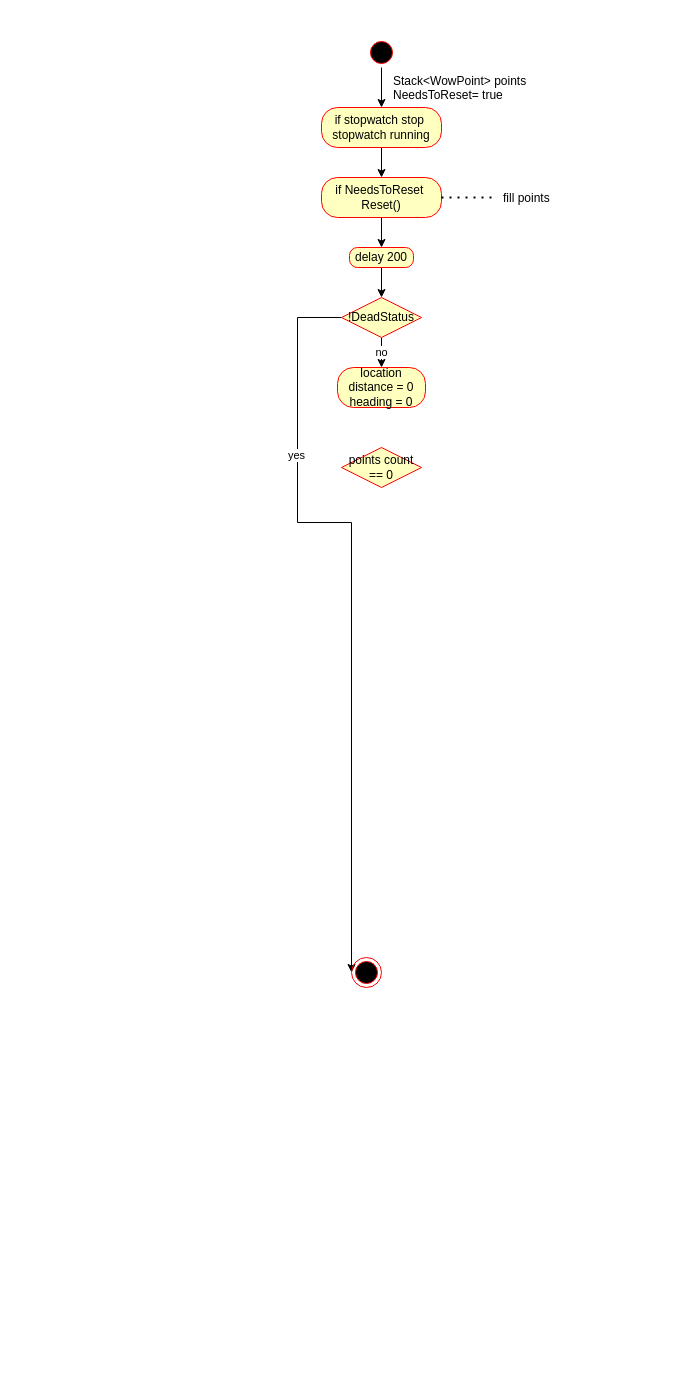
This is WalkToCorpseAction.drawio from YannieCheung/botgrams, a draw.io file, before an edit. Source tidied: cells renumbered, new cells numbered last; positions are measured from the earlier drawing's top-left corner, leaving out a move shared by most shapes. Both pictures are drawn from the tidied source at 100%, with x=0, y=0 at pixel (297, 37).
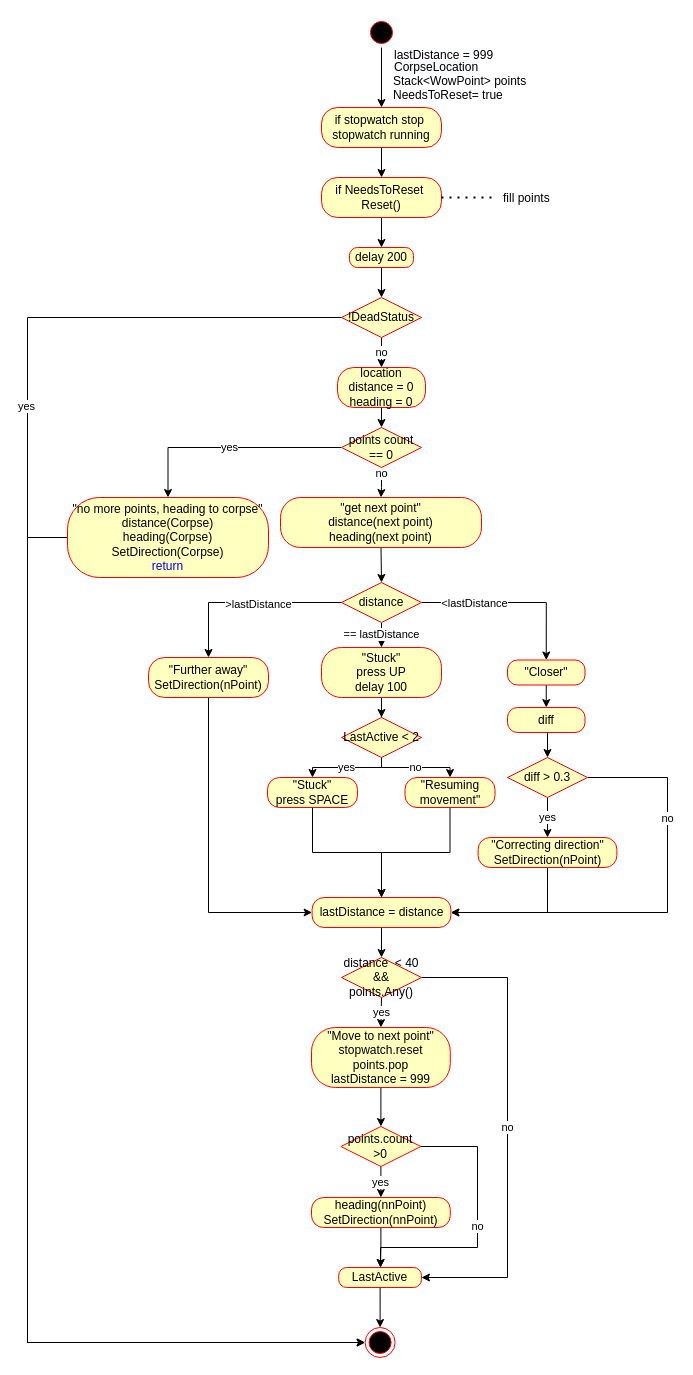
The same page after the edit.

Unchanged cells that the change refers to:
```xml
<mxCell id="17" value="!DeadStatus" style="rhombus;whiteSpace=wrap;html=1;fillColor=#ffffc0;strokeColor=#ff0000;" parent="1" vertex="1">
  <mxGeometry x="44" y="260" width="80" height="40" as="geometry" />
</mxCell>
<mxCell id="19" value="location&lt;br&gt;distance = 0&lt;br&gt;heading = 0" style="rounded=1;whiteSpace=wrap;html=1;arcSize=40;fontColor=#000000;fillColor=#ffffc0;strokeColor=#ff0000;" parent="1" vertex="1">
  <mxGeometry x="40" y="330" width="88" height="40" as="geometry" />
</mxCell>
```

The edit, as a diff of the source:
```diff
@@
     <mxCell id="3" style="ellipse;html=1;shape=startState;fillColor=#000000;strokeColor=#ff0000;" parent="1" vertex="1">
-      <mxGeometry x="69" width="30" height="30" as="geometry" />
+      <mxGeometry x="69" y="-20" width="30" height="30" as="geometry" />
     </mxCell>
@@
     <mxCell id="14" style="edgeStyle=orthogonalEdgeStyle;rounded=0;jettySize=auto;html=1;entryX=0;entryY=0.5;entryDx=0;entryDy=0;" parent="1" edge="1" source="17" target="18">
       <mxGeometry relative="1" as="geometry">
         <Array as="points">
-          <mxPoint y="280" />
-          <mxPoint y="485" />
+          <mxPoint x="-270" y="280" />
+          <mxPoint x="-270" y="1305" />
         </Array>
       </mxGeometry>
     </mxCell>
@@
     <mxCell id="18" style="ellipse;html=1;shape=endState;fillColor=#000000;strokeColor=#ff0000;" parent="1" vertex="1">
-      <mxGeometry x="54" y="920" width="30" height="30" as="geometry" />
+      <mxGeometry x="67.6" y="1290" width="30" height="30" as="geometry" />
     </mxCell>
+    <mxCell id="21" style="edgeStyle=orthogonalEdgeStyle;rounded=0;jettySize=auto;html=1;exitX=0.5;exitY=1;exitDx=0;exitDy=0;entryX=0.5;entryY=0;entryDx=0;entryDy=0;" parent="1" edge="1" source="19" target="20">
+      <mxGeometry relative="1" as="geometry" />
+    </mxCell>
@@
+    <mxCell id="22" value="yes" style="edgeStyle=orthogonalEdgeStyle;rounded=0;jettySize=auto;html=1;entryX=0.5;entryY=0;entryDx=0;entryDy=0;" parent="1" edge="1" source="20" target="27">
+      <mxGeometry relative="1" as="geometry" />
+    </mxCell>
+    <mxCell id="23" style="edgeStyle=orthogonalEdgeStyle;rounded=0;jettySize=auto;html=1;" parent="1" edge="1" source="20" target="29">
+      <mxGeometry relative="1" as="geometry" />
+    </mxCell>
+    <mxCell id="24" value="no" style="edgeLabel;html=1;align=center;verticalAlign=middle;" parent="23" vertex="1">
+      <mxGeometry x="-0.64" y="-1" relative="1" as="geometry" />
+    </mxCell>
     <mxCell id="20" value="points count&lt;br&gt;== 0" style="rhombus;whiteSpace=wrap;html=1;fillColor=#ffffc0;strokeColor=#ff0000;" parent="1" vertex="1">
-      <mxGeometry x="44" y="410" width="80" height="40" as="geometry" />
+      <mxGeometry x="44" y="390" width="80" height="40" as="geometry" />
     </mxCell>
+    <mxCell id="25" style="edgeStyle=orthogonalEdgeStyle;rounded=0;jettySize=auto;html=1;entryX=0.5;entryY=0;entryDx=0;entryDy=0;exitX=0.5;exitY=1;exitDx=0;exitDy=0;" parent="1" edge="1" source="29" target="36">
+      <mxGeometry relative="1" as="geometry" />
+    </mxCell>
+    <mxCell id="26" style="edgeStyle=orthogonalEdgeStyle;rounded=0;jettySize=auto;html=1;fontColor=#0000FF;" parent="1" edge="1" source="27" target="18">
+      <mxGeometry relative="1" as="geometry">
+        <Array as="points">
+          <mxPoint x="-270" y="500" />
+          <mxPoint x="-270" y="1305" />
+        </Array>
+      </mxGeometry>
+    </mxCell>
+    <mxCell id="27" value="&quot;no more points, heading to corpse&quot;&lt;br&gt;distance(Corpse)&lt;br&gt;heading(Corpse)&lt;br&gt;SetDirection(Corpse)&lt;br&gt;&lt;font color=&quot;#0000ff&quot;&gt;return&lt;/font&gt;" style="rounded=1;whiteSpace=wrap;html=1;arcSize=40;fontColor=#000000;fillColor=#ffffc0;strokeColor=#ff0000;" parent="1" vertex="1">
+      <mxGeometry x="-230" y="460" width="201" height="80" as="geometry" />
+    </mxCell>
+    <mxCell id="28" value="&lt;span style=&quot;color: rgb(0, 0, 0); font-family: Helvetica; font-size: 12px; font-style: normal; font-variant-ligatures: normal; font-variant-caps: normal; font-weight: 400; letter-spacing: normal; orphans: 2; text-align: center; text-indent: 0px; text-transform: none; widows: 2; word-spacing: 0px; -webkit-text-stroke-width: 0px; background-color: rgb(248, 249, 250); text-decoration-thickness: initial; text-decoration-style: initial; text-decoration-color: initial; float: none; display: inline !important;&quot;&gt;CorpseLocation&lt;/span&gt;" style="text;whiteSpace=wrap;html=1;" parent="1" vertex="1">
+      <mxGeometry x="95" y="16" width="120" height="40" as="geometry" />
+    </mxCell>
+    <mxCell id="29" value="&quot;get next point&quot;&lt;br&gt;distance(next point)&lt;br&gt;heading(next point)&lt;br&gt;" style="rounded=1;whiteSpace=wrap;html=1;arcSize=40;fontColor=#000000;fillColor=#ffffc0;strokeColor=#ff0000;" parent="1" vertex="1">
+      <mxGeometry x="-17" y="460" width="201" height="50" as="geometry" />
+    </mxCell>
+    <mxCell id="30" value="lastDistance = 999" style="text;whiteSpace=wrap;html=1;" parent="1" vertex="1">
+      <mxGeometry x="95" y="4" width="115" height="40" as="geometry" />
+    </mxCell>
+    <mxCell id="31" style="edgeStyle=orthogonalEdgeStyle;rounded=0;jettySize=auto;html=1;entryX=0.5;entryY=0;entryDx=0;entryDy=0;fontColor=#0000FF;" parent="1" edge="1" source="36" target="38">
+      <mxGeometry relative="1" as="geometry" />
+    </mxCell>
+    <mxCell id="32" value="&amp;gt;lastDistance" style="edgeLabel;html=1;align=center;verticalAlign=middle;fontColor=#000000;" parent="31" vertex="1">
+      <mxGeometry x="-0.11" y="1" relative="1" as="geometry" />
+    </mxCell>
+    <mxCell id="33" value="== lastDistance" style="edgeStyle=orthogonalEdgeStyle;rounded=0;jettySize=auto;html=1;entryX=0.5;entryY=0;entryDx=0;entryDy=0;fontColor=#000000;" parent="1" edge="1" source="36" target="40">
+      <mxGeometry relative="1" as="geometry" />
+    </mxCell>
+    <mxCell id="34" style="edgeStyle=orthogonalEdgeStyle;rounded=0;jettySize=auto;html=1;entryX=0.5;entryY=0;entryDx=0;entryDy=0;fontColor=#000000;" parent="1" edge="1" source="36" target="49">
+      <mxGeometry relative="1" as="geometry" />
+    </mxCell>
+    <mxCell id="35" value="&amp;lt;lastDistance" style="edgeLabel;html=1;align=center;verticalAlign=middle;fontColor=#000000;" parent="34" vertex="1">
+      <mxGeometry x="-0.43" relative="1" as="geometry" />
+    </mxCell>
+    <mxCell id="36" value="&lt;span style=&quot;text-align: left;&quot;&gt;distance&lt;/span&gt;" style="rhombus;whiteSpace=wrap;html=1;fillColor=#ffffc0;strokeColor=#ff0000;" parent="1" vertex="1">
+      <mxGeometry x="44" y="545" width="80" height="40" as="geometry" />
+    </mxCell>
+    <mxCell id="37" style="edgeStyle=orthogonalEdgeStyle;rounded=0;jettySize=auto;html=1;exitX=0.5;exitY=1;exitDx=0;exitDy=0;entryX=0;entryY=0.5;entryDx=0;entryDy=0;fontColor=#000000;" parent="1" edge="1" source="38" target="58">
+      <mxGeometry relative="1" as="geometry">
+        <Array as="points">
+          <mxPoint x="-89" y="875" />
+        </Array>
+      </mxGeometry>
+    </mxCell>
+    <mxCell id="38" value="&quot;Further away&quot;&lt;br&gt;SetDirection(nPoint)" style="rounded=1;whiteSpace=wrap;html=1;arcSize=40;fontColor=#000000;fillColor=#ffffc0;strokeColor=#ff0000;" parent="1" vertex="1">
+      <mxGeometry x="-149" y="620" width="120" height="40" as="geometry" />
+    </mxCell>
+    <mxCell id="39" style="edgeStyle=orthogonalEdgeStyle;rounded=0;jettySize=auto;html=1;entryX=0.5;entryY=0;entryDx=0;entryDy=0;fontColor=#000000;" parent="1" edge="1" source="40" target="43">
+      <mxGeometry relative="1" as="geometry" />
+    </mxCell>
+    <mxCell id="40" value="&quot;&lt;span style=&quot;text-align: left;&quot;&gt;Stuck&lt;/span&gt;&quot;&lt;br&gt;press UP&lt;br&gt;delay 100&lt;br&gt;" style="rounded=1;whiteSpace=wrap;html=1;arcSize=40;fontColor=#000000;fillColor=#ffffc0;strokeColor=#ff0000;" parent="1" vertex="1">
+      <mxGeometry x="24" y="610" width="120" height="50" as="geometry" />
+    </mxCell>
+    <mxCell id="41" value="yes" style="edgeStyle=orthogonalEdgeStyle;rounded=0;jettySize=auto;html=1;exitX=0.5;exitY=1;exitDx=0;exitDy=0;entryX=0.5;entryY=0;entryDx=0;entryDy=0;fontColor=#000000;" parent="1" edge="1" source="43" target="45">
+      <mxGeometry relative="1" as="geometry">
+        <Array as="points">
+          <mxPoint x="84" y="730" />
+          <mxPoint x="15" y="730" />
+        </Array>
+      </mxGeometry>
+    </mxCell>
+    <mxCell id="42" value="no" style="edgeStyle=orthogonalEdgeStyle;rounded=0;jettySize=auto;html=1;entryX=0.5;entryY=0;entryDx=0;entryDy=0;fontColor=#000000;" parent="1" edge="1" source="43" target="47">
+      <mxGeometry relative="1" as="geometry">
+        <Array as="points">
+          <mxPoint x="84" y="730" />
+          <mxPoint x="153" y="730" />
+        </Array>
+      </mxGeometry>
+    </mxCell>
+    <mxCell id="43" value="LastActive &amp;lt; 2" style="rhombus;whiteSpace=wrap;html=1;fillColor=#ffffc0;strokeColor=#ff0000;" parent="1" vertex="1">
+      <mxGeometry x="44" y="680" width="80" height="40" as="geometry" />
+    </mxCell>
+    <mxCell id="44" style="edgeStyle=orthogonalEdgeStyle;rounded=0;jettySize=auto;html=1;exitX=0.5;exitY=1;exitDx=0;exitDy=0;fontColor=#000000;entryX=0.5;entryY=0;entryDx=0;entryDy=0;" parent="1" edge="1" source="45" target="58">
+      <mxGeometry relative="1" as="geometry" />
+    </mxCell>
+    <mxCell id="45" value="&quot;&lt;span style=&quot;text-align: left;&quot;&gt;Stuck&lt;/span&gt;&quot;&lt;br&gt;press SPACE" style="rounded=1;whiteSpace=wrap;html=1;arcSize=40;fontColor=#000000;fillColor=#ffffc0;strokeColor=#ff0000;" parent="1" vertex="1">
+      <mxGeometry x="-30" y="740" width="90" height="30" as="geometry" />
+    </mxCell>
+    <mxCell id="46" style="edgeStyle=orthogonalEdgeStyle;rounded=0;jettySize=auto;html=1;exitX=0.5;exitY=1;exitDx=0;exitDy=0;entryX=0.5;entryY=0;entryDx=0;entryDy=0;fontColor=#000000;" parent="1" edge="1" source="47" target="58">
+      <mxGeometry relative="1" as="geometry" />
+    </mxCell>
+    <mxCell id="47" value="&lt;span style=&quot;text-align: left;&quot;&gt;&quot;Resuming movement&quot;&lt;/span&gt;" style="rounded=1;whiteSpace=wrap;html=1;arcSize=40;fontColor=#000000;fillColor=#ffffc0;strokeColor=#ff0000;" parent="1" vertex="1">
+      <mxGeometry x="107.5" y="740" width="90" height="30" as="geometry" />
+    </mxCell>
+    <mxCell id="48" style="edgeStyle=orthogonalEdgeStyle;rounded=0;jettySize=auto;html=1;exitX=0.5;exitY=1;exitDx=0;exitDy=0;entryX=0.5;entryY=0;entryDx=0;entryDy=0;fontColor=#000000;" parent="1" edge="1" source="49" target="51">
+      <mxGeometry relative="1" as="geometry" />
+    </mxCell>
+    <mxCell id="49" value="&quot;Closer&quot;" style="rounded=1;whiteSpace=wrap;html=1;arcSize=40;fontColor=#000000;fillColor=#ffffc0;strokeColor=#ff0000;" parent="1" vertex="1">
+      <mxGeometry x="210" y="622.5" width="77.5" height="25" as="geometry" />
+    </mxCell>
+    <mxCell id="50" style="edgeStyle=orthogonalEdgeStyle;rounded=0;jettySize=auto;html=1;exitX=0.5;exitY=1;exitDx=0;exitDy=0;entryX=0.5;entryY=0;entryDx=0;entryDy=0;fontColor=#000000;" parent="1" edge="1" source="51" target="54">
+      <mxGeometry relative="1" as="geometry" />
+    </mxCell>
+    <mxCell id="51" value="diff" style="rounded=1;whiteSpace=wrap;html=1;arcSize=40;fontColor=#000000;fillColor=#ffffc0;strokeColor=#ff0000;" parent="1" vertex="1">
+      <mxGeometry x="210" y="670" width="77.5" height="25" as="geometry" />
+    </mxCell>
+    <mxCell id="52" value="yes" style="edgeStyle=orthogonalEdgeStyle;rounded=0;jettySize=auto;html=1;entryX=0.5;entryY=0;entryDx=0;entryDy=0;fontColor=#000000;" parent="1" edge="1" source="54" target="56">
+      <mxGeometry relative="1" as="geometry" />
+    </mxCell>
+    <mxCell id="53" value="no" style="edgeStyle=orthogonalEdgeStyle;rounded=0;jettySize=auto;html=1;entryX=1;entryY=0.5;entryDx=0;entryDy=0;fontColor=#000000;" parent="1" edge="1" source="54" target="58">
+      <mxGeometry x="-0.44" relative="1" as="geometry">
+        <Array as="points">
+          <mxPoint x="370" y="740" />
+          <mxPoint x="370" y="875" />
+        </Array>
+      </mxGeometry>
+    </mxCell>
+    <mxCell id="54" value="diff &amp;gt; 0.3" style="rhombus;whiteSpace=wrap;html=1;fillColor=#ffffc0;strokeColor=#ff0000;" parent="1" vertex="1">
+      <mxGeometry x="210" y="720" width="80" height="40" as="geometry" />
+    </mxCell>
+    <mxCell id="55" style="edgeStyle=orthogonalEdgeStyle;rounded=0;jettySize=auto;html=1;exitX=0.5;exitY=1;exitDx=0;exitDy=0;fontColor=#000000;entryX=1;entryY=0.5;entryDx=0;entryDy=0;" parent="1" edge="1" source="56" target="58">
+      <mxGeometry relative="1" as="geometry">
+        <Array as="points">
+          <mxPoint x="250" y="875" />
+        </Array>
+      </mxGeometry>
+    </mxCell>
+    <mxCell id="56" value="&quot;Correcting direction&quot;&lt;br&gt;SetDirection(nPoint)" style="rounded=1;whiteSpace=wrap;html=1;arcSize=40;fontColor=#000000;fillColor=#ffffc0;strokeColor=#ff0000;" parent="1" vertex="1">
+      <mxGeometry x="180.6" y="800" width="138.8" height="30" as="geometry" />
+    </mxCell>
+    <mxCell id="57" style="edgeStyle=orthogonalEdgeStyle;rounded=0;jettySize=auto;html=1;exitX=0.5;exitY=1;exitDx=0;exitDy=0;entryX=0.5;entryY=0;entryDx=0;entryDy=0;fontColor=#000000;" parent="1" edge="1" source="58" target="63">
+      <mxGeometry relative="1" as="geometry" />
+    </mxCell>
+    <mxCell id="58" value="lastDistance = distance" style="rounded=1;whiteSpace=wrap;html=1;arcSize=40;fontColor=#000000;fillColor=#ffffc0;strokeColor=#ff0000;" parent="1" vertex="1">
+      <mxGeometry x="14.6" y="860" width="138.8" height="30" as="geometry" />
+    </mxCell>
+    <mxCell id="59" style="edgeStyle=orthogonalEdgeStyle;rounded=0;jettySize=auto;html=1;exitX=0.5;exitY=1;exitDx=0;exitDy=0;entryX=0.5;entryY=0;entryDx=0;entryDy=0;fontColor=#000000;" parent="1" edge="1" source="60" target="66">
+      <mxGeometry relative="1" as="geometry" />
+    </mxCell>
+    <mxCell id="60" value="&quot;Move to next point&quot;&lt;br&gt;stopwatch.reset&lt;br&gt;points.pop&lt;br&gt;lastDistance = 999" style="rounded=1;whiteSpace=wrap;html=1;arcSize=40;fontColor=#000000;fillColor=#ffffc0;strokeColor=#ff0000;" parent="1" vertex="1">
+      <mxGeometry x="14" y="990" width="138.8" height="60" as="geometry" />
+    </mxCell>
+    <mxCell id="61" value="yes" style="edgeStyle=orthogonalEdgeStyle;rounded=0;jettySize=auto;html=1;exitX=0.5;exitY=1;exitDx=0;exitDy=0;entryX=0.5;entryY=0;entryDx=0;entryDy=0;fontColor=#000000;" parent="1" edge="1" source="63" target="60">
+      <mxGeometry relative="1" as="geometry" />
+    </mxCell>
+    <mxCell id="62" value="no" style="edgeStyle=orthogonalEdgeStyle;rounded=0;jettySize=auto;html=1;exitX=1;exitY=0.5;exitDx=0;exitDy=0;entryX=1;entryY=0.5;entryDx=0;entryDy=0;fontColor=#000000;" parent="1" edge="1" source="63" target="70">
+      <mxGeometry relative="1" as="geometry">
+        <Array as="points">
+          <mxPoint x="210" y="940" />
+          <mxPoint x="210" y="1240" />
+        </Array>
+      </mxGeometry>
+    </mxCell>
+    <mxCell id="63" value="distance&amp;nbsp; &amp;lt; 40&lt;br&gt;&amp;amp;&amp;amp;&lt;br&gt;points.Any()" style="rhombus;whiteSpace=wrap;html=1;fillColor=#ffffc0;strokeColor=#ff0000;" parent="1" vertex="1">
+      <mxGeometry x="44" y="920" width="80" height="40" as="geometry" />
+    </mxCell>
+    <mxCell id="64" value="yes" style="edgeStyle=orthogonalEdgeStyle;rounded=0;jettySize=auto;html=1;exitX=0.5;exitY=1;exitDx=0;exitDy=0;entryX=0.5;entryY=0;entryDx=0;entryDy=0;fontColor=#000000;" parent="1" edge="1" source="66" target="68">
+      <mxGeometry relative="1" as="geometry" />
+    </mxCell>
+    <mxCell id="65" value="no" style="edgeStyle=orthogonalEdgeStyle;rounded=0;jettySize=auto;html=1;exitX=1;exitY=0.5;exitDx=0;exitDy=0;fontColor=#000000;" parent="1" edge="1" source="66" target="70">
+      <mxGeometry relative="1" as="geometry">
+        <Array as="points">
+          <mxPoint x="180" y="1109" />
+          <mxPoint x="180" y="1210" />
+          <mxPoint x="83" y="1210" />
+        </Array>
+      </mxGeometry>
+    </mxCell>
+    <mxCell id="66" value="points.count &amp;gt;0" style="rhombus;whiteSpace=wrap;html=1;fillColor=#ffffc0;strokeColor=#ff0000;" parent="1" vertex="1">
+      <mxGeometry x="43.4" y="1089" width="80" height="40" as="geometry" />
+    </mxCell>
+    <mxCell id="67" style="edgeStyle=orthogonalEdgeStyle;rounded=0;jettySize=auto;html=1;exitX=0.5;exitY=1;exitDx=0;exitDy=0;fontColor=#000000;" parent="1" edge="1" source="68">
+      <mxGeometry relative="1" as="geometry">
+        <mxPoint x="83" y="1230" as="targetPoint" />
+      </mxGeometry>
+    </mxCell>
+    <mxCell id="68" value="heading(nnPoint)&lt;br&gt;SetDirection(nnPoint)" style="rounded=1;whiteSpace=wrap;html=1;arcSize=40;fontColor=#000000;fillColor=#ffffc0;strokeColor=#ff0000;" parent="1" vertex="1">
+      <mxGeometry x="14" y="1160" width="138.8" height="30" as="geometry" />
+    </mxCell>
+    <mxCell id="69" style="edgeStyle=orthogonalEdgeStyle;rounded=0;jettySize=auto;html=1;exitX=0.5;exitY=1;exitDx=0;exitDy=0;entryX=0.5;entryY=0;entryDx=0;entryDy=0;fontColor=#000000;" parent="1" edge="1" source="70" target="18">
+      <mxGeometry relative="1" as="geometry" />
+    </mxCell>
+    <mxCell id="70" value="LastActive" style="rounded=1;whiteSpace=wrap;html=1;arcSize=40;fontColor=#000000;fillColor=#ffffc0;strokeColor=#ff0000;" parent="1" vertex="1">
+      <mxGeometry x="41.2" y="1230" width="82.8" height="20" as="geometry" />
+    </mxCell>
```
